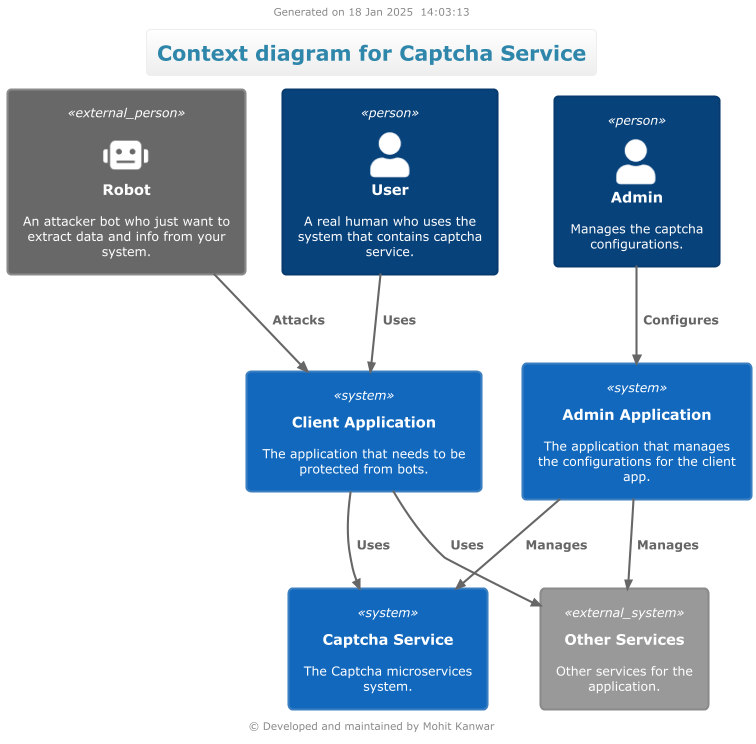
Before: static/images/solutions/self-hosted-captcha/c4/1.context-diagram-Context_diagram_for_Captcha_Service.png, a diagram exported from PlantUML (mohitkanwar/mohitkanwar.com). The source it was exported from:
```plantuml
@startuml
!theme personal from /Users/mohitk/projects/solutions/personal/0.branding/
!include https://raw.githubusercontent.com/plantuml-stdlib/C4-PlantUML/master/C4_Context.puml


header Generated on 18 Jan 2025  14:03:13
footer © Developed and maintained by Mohit Kanwar
title Context diagram for Captcha Service


Person(admin, "Admin", "Manages the captcha configurations.")
Person(user, "User", "A real human who uses the system that contains captcha service.")
Person_Ext(bot, "Robot", "An attacker bot who just want to extract data and info from your system.", $sprite="robot")

System(clientApp, "Client Application", "The application that needs to be protected from bots.")
System(adminApp, "Admin Application", "The application that manages the configurations for the client app.")
System(captchaService, "Captcha Service", "The Captcha microservices system.")
System_Ext(otherServices, "Other Services", "Other services for the application.")

Rel(admin, adminApp, "Configures")
Rel(user, clientApp, "Uses")
Rel(bot, clientApp, "Attacks")
Rel(adminApp, captchaService, "Manages")
Rel(adminApp, otherServices, "Manages")
Rel(clientApp, captchaService, "Uses")
Rel(clientApp, otherServices, "Uses")

@enduml
```
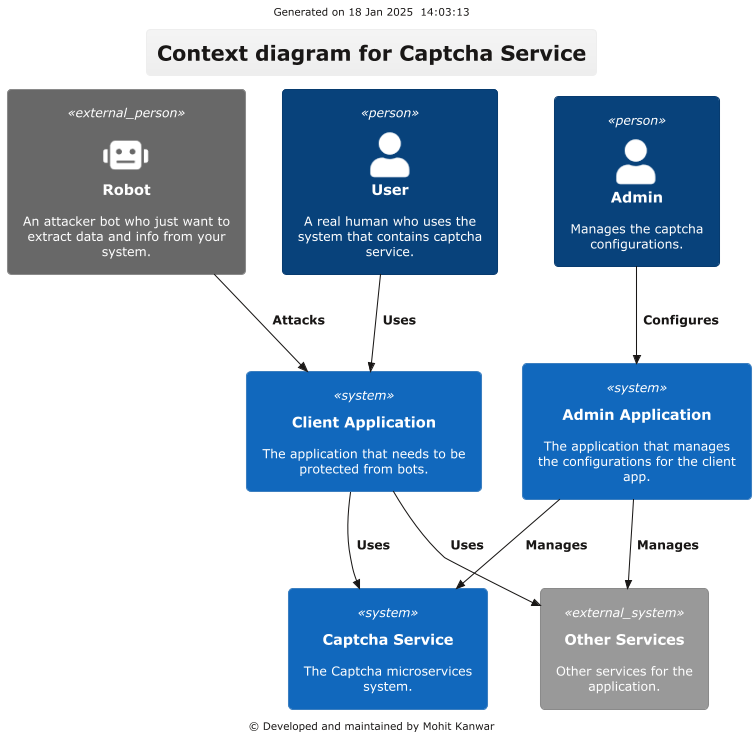
Above is the later version.

Diff of the diagram source:
```diff
@@ -1,7 +1,7 @@
 @startuml
+ !$PUML_MODE = "light"
+!include https://raw.githubusercontent.com/plantuml-stdlib/C4-PlantUML/master/C4_Context.puml
 !theme personal from /Users/mohitk/projects/solutions/personal/0.branding/
-!include https://raw.githubusercontent.com/plantuml-stdlib/C4-PlantUML/master/C4_Context.puml
-
 
 header Generated on 18 Jan 2025  14:03:13
 footer © Developed and maintained by Mohit Kanwar
```
